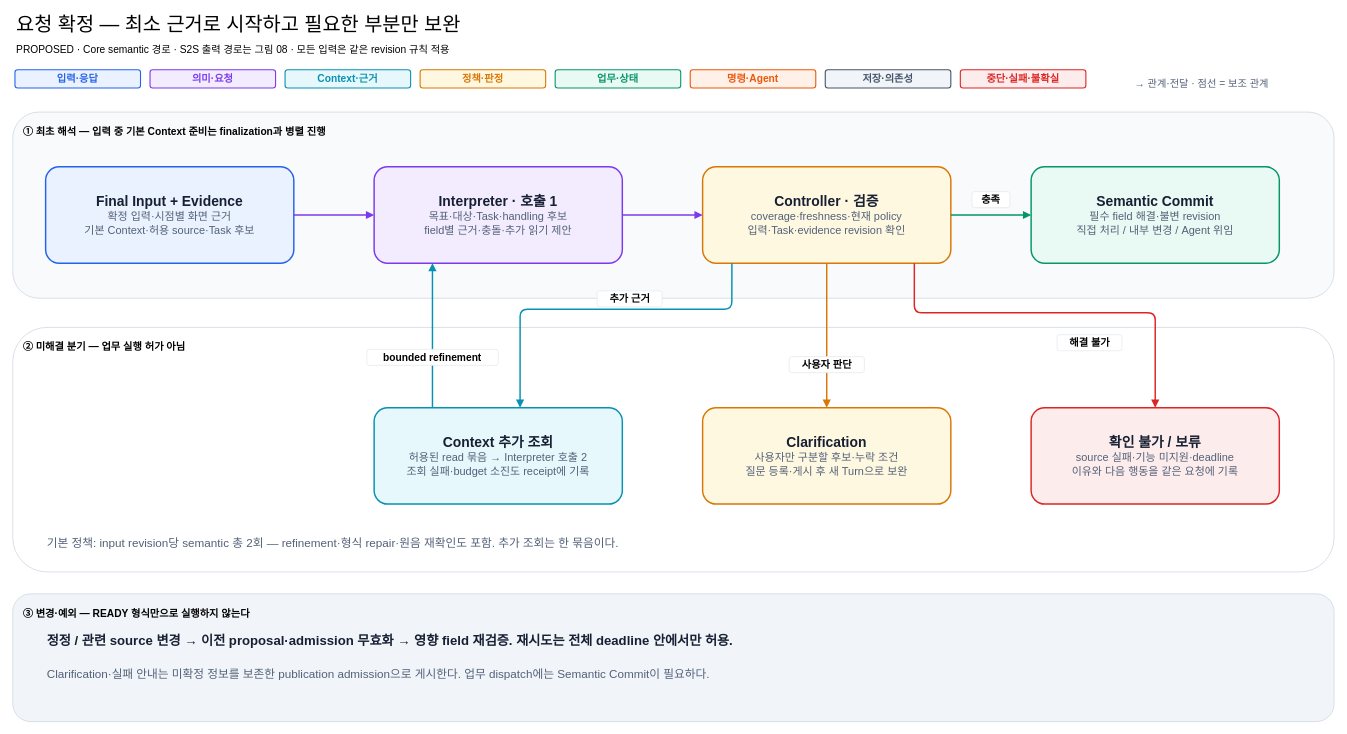
This is docs/architecture/12-decisions/target-architecture/diagrams/03-request-resolution.drawio from cbyche/via-sw-architecture, a draw.io file, before an edit. Source tidied: cells renumbered, new cells numbered last; positions are measured from the earlier drawing's top-left corner, leaving out a move shared by most shapes. Both pictures are drawn from the tidied source at 73%, with x=0, y=0 at pixel (12, 13).
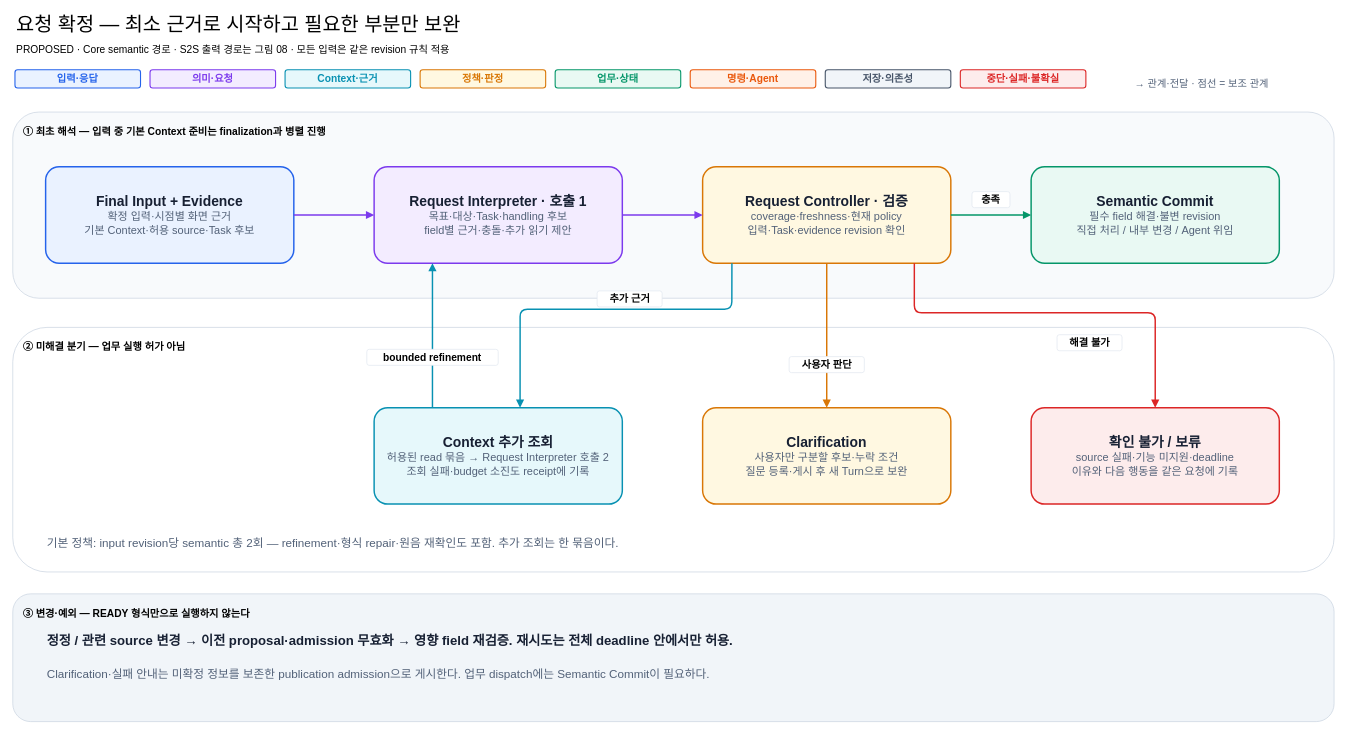
After the change.

What changed in the source:
```diff
@@
-    <mxCell id="6" value="&lt;div style='font-size:19px;font-weight:bold'&gt;Interpreter · 호출 1&lt;/div&gt;&lt;div style='font-size:15px;color:#526178'&gt;목표·대상·Task·handling 후보&lt;/div&gt;&lt;div style='font-size:15px;color:#526178'&gt;field별 근거·충돌·추가 읽기 제안&lt;/div&gt;" style="shape=rectangle;rounded=1;whiteSpace=wrap;html=1;fillColor=#F3ECFF;strokeColor=#7C3AED;strokeWidth=2;fontColor=#172033;dashed=0;arcSize=14;spacing=10;" parent="1" vertex="1">
+    <mxCell id="6" value="&lt;div style='font-size:19px;font-weight:bold'&gt;Request Interpreter · 호출 1&lt;/div&gt;&lt;div style='font-size:15px;color:#526178'&gt;목표·대상·Task·handling 후보&lt;/div&gt;&lt;div style='font-size:15px;color:#526178'&gt;field별 근거·충돌·추가 읽기 제안&lt;/div&gt;" style="shape=rectangle;rounded=1;whiteSpace=wrap;html=1;fillColor=#F3ECFF;strokeColor=#7C3AED;strokeWidth=2;fontColor=#172033;dashed=0;arcSize=14;spacing=10;" parent="1" vertex="1">
       <mxGeometry x="495" y="210" width="340" height="132" as="geometry" />
     </mxCell>
-    <mxCell id="7" value="&lt;div style='font-size:19px;font-weight:bold'&gt;Controller · 검증&lt;/div&gt;&lt;div style='font-size:15px;color:#526178'&gt;coverage·freshness·현재 policy&lt;/div&gt;&lt;div style='font-size:15px;color:#526178'&gt;입력·Task·evidence revision 확인&lt;/div&gt;" style="shape=rectangle;rounded=1;whiteSpace=wrap;html=1;fillColor=#FFF8E1;strokeColor=#D97706;strokeWidth=2;fontColor=#172033;dashed=0;arcSize=14;spacing=10;" parent="1" vertex="1">
+    <mxCell id="7" value="&lt;div style='font-size:19px;font-weight:bold'&gt;Request Controller · 검증&lt;/div&gt;&lt;div style='font-size:15px;color:#526178'&gt;coverage·freshness·현재 policy&lt;/div&gt;&lt;div style='font-size:15px;color:#526178'&gt;입력·Task·evidence revision 확인&lt;/div&gt;" style="shape=rectangle;rounded=1;whiteSpace=wrap;html=1;fillColor=#FFF8E1;strokeColor=#D97706;strokeWidth=2;fontColor=#172033;dashed=0;arcSize=14;spacing=10;" parent="1" vertex="1">
       <mxGeometry x="945" y="210" width="340" height="132" as="geometry" />
     </mxCell>
@@
-    <mxCell id="9" value="&lt;div style='font-size:19px;font-weight:bold'&gt;Context 추가 조회&lt;/div&gt;&lt;div style='font-size:15px;color:#526178'&gt;허용된 read 묶음 → Interpreter 호출 2&lt;/div&gt;&lt;div style='font-size:15px;color:#526178'&gt;조회 실패·budget 소진도 receipt에 기록&lt;/div&gt;" style="shape=rectangle;rounded=1;whiteSpace=wrap;html=1;fillColor=#E6F8FB;strokeColor=#0891B2;strokeWidth=2;fontColor=#172033;dashed=0;arcSize=14;spacing=10;" parent="1" vertex="1">
+    <mxCell id="9" value="&lt;div style='font-size:19px;font-weight:bold'&gt;Context 추가 조회&lt;/div&gt;&lt;div style='font-size:15px;color:#526178'&gt;허용된 read 묶음 → Request Interpreter 호출 2&lt;/div&gt;&lt;div style='font-size:15px;color:#526178'&gt;조회 실패·budget 소진도 receipt에 기록&lt;/div&gt;" style="shape=rectangle;rounded=1;whiteSpace=wrap;html=1;fillColor=#E6F8FB;strokeColor=#0891B2;strokeWidth=2;fontColor=#172033;dashed=0;arcSize=14;spacing=10;" parent="1" vertex="1">
       <mxGeometry x="495" y="540" width="340" height="132" as="geometry" />
     </mxCell>
```
